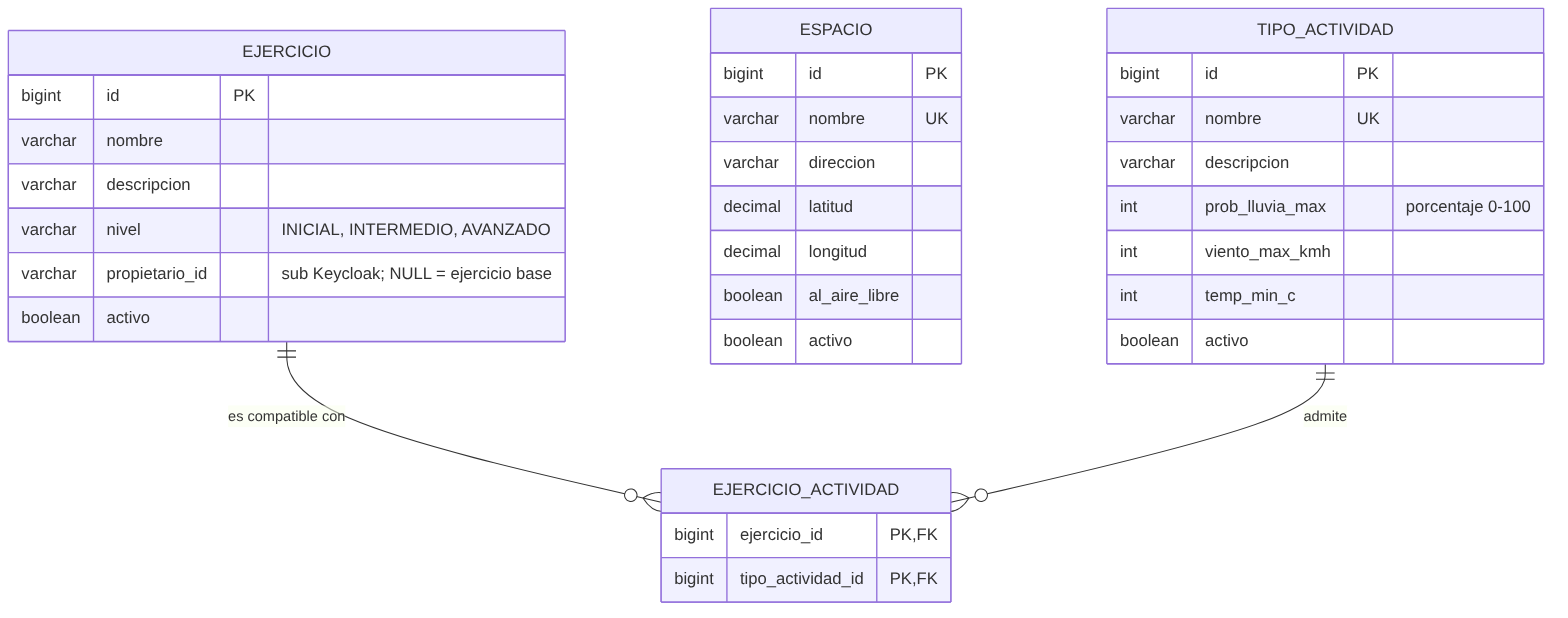
Above: docs/diagramas/der-actividades.png in tomy91449/climafit (Mermaid), before the change. Its source is kept beside it as docs/diagramas/der-actividades.mmd.
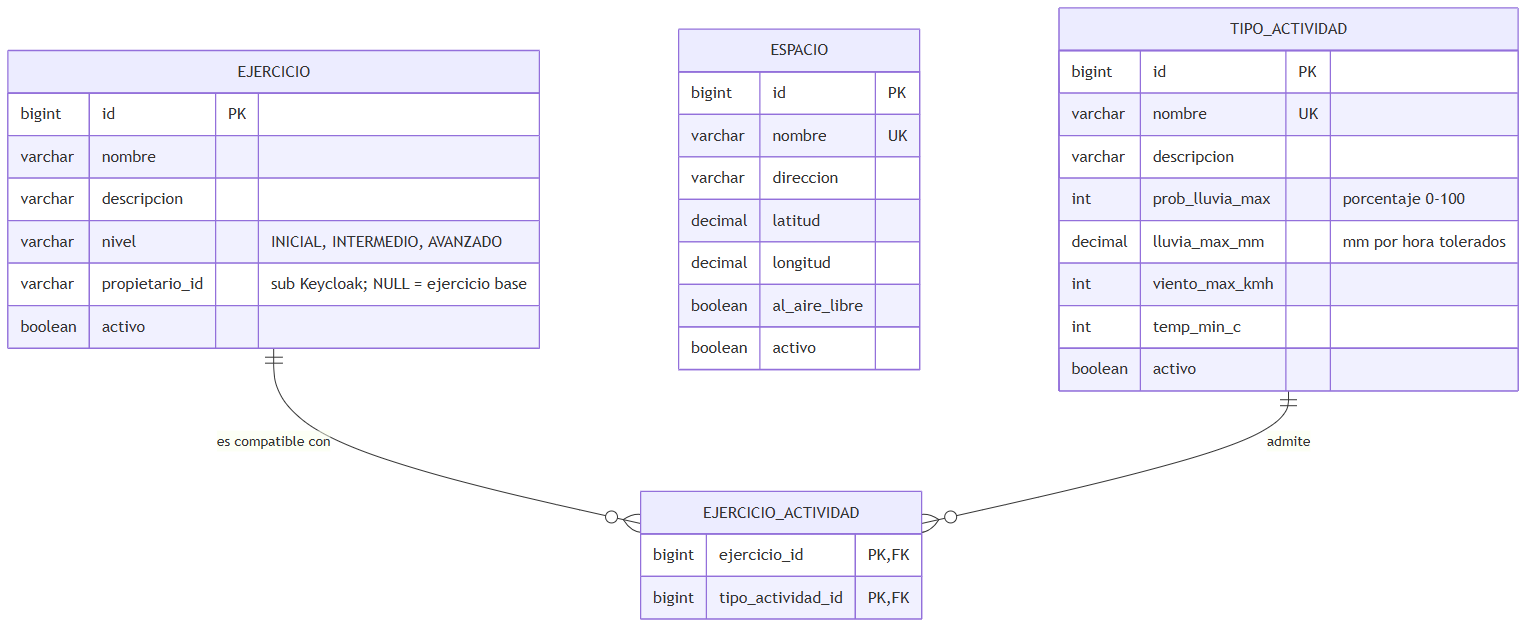
After the change.

The edit, as a diff of the source:
```diff
@@ -4,6 +4,7 @@
     varchar nombre UK
     varchar descripcion
     int prob_lluvia_max "porcentaje 0-100"
+    decimal lluvia_max_mm "mm por hora tolerados"
     int viento_max_kmh
     int temp_min_c
     boolean activo
```
